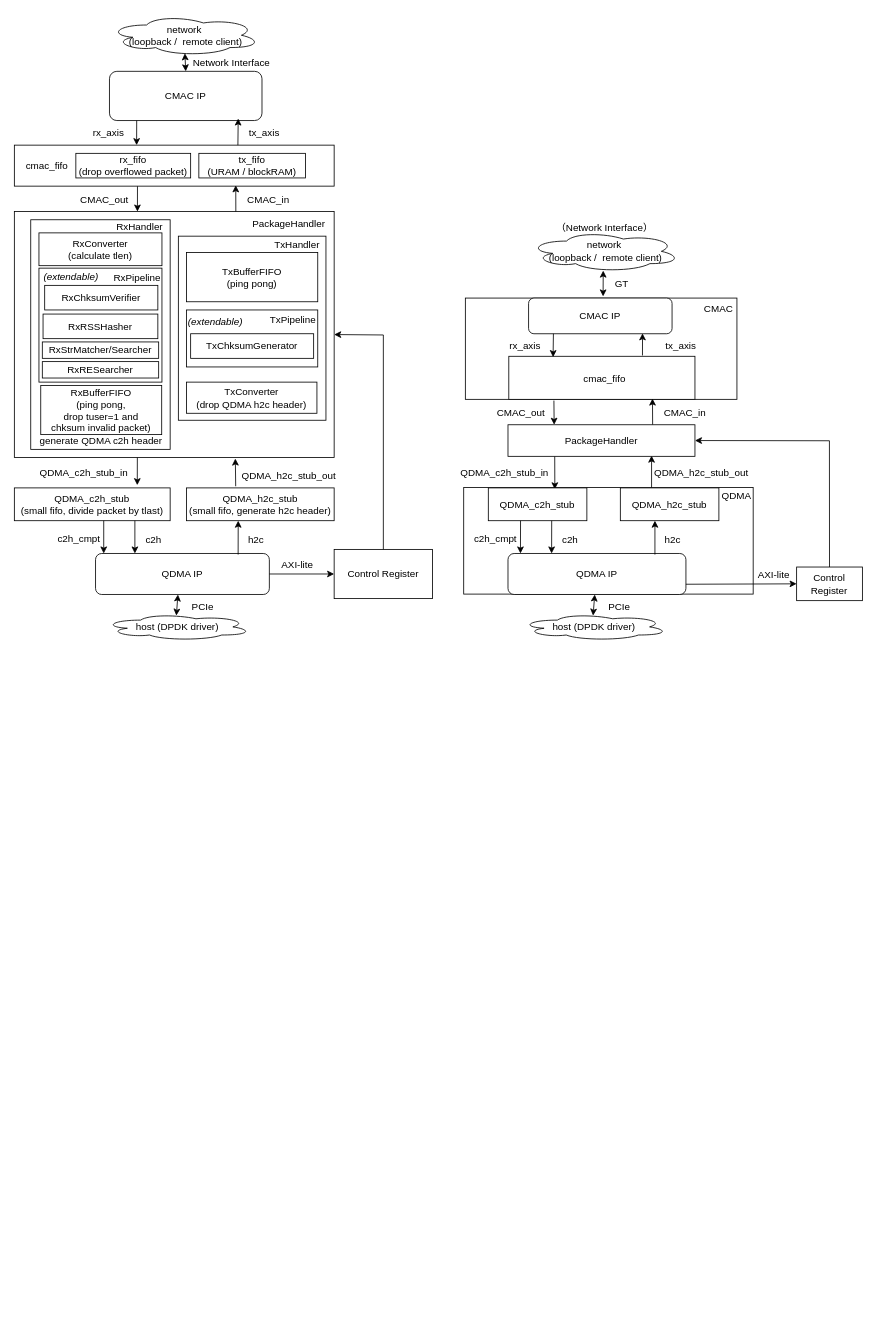
This is drawio/NICstructure.drawio from Gwins7/SmartNIC, a draw.io file, before an edit. Source tidied: cells renumbered, new cells numbered last; positions are measured from the earlier drawing's top-left corner, leaving out a move shared by most shapes. Both pictures are drawn from the tidied source at 82%, with x=0, y=0 at pixel (14, 15).
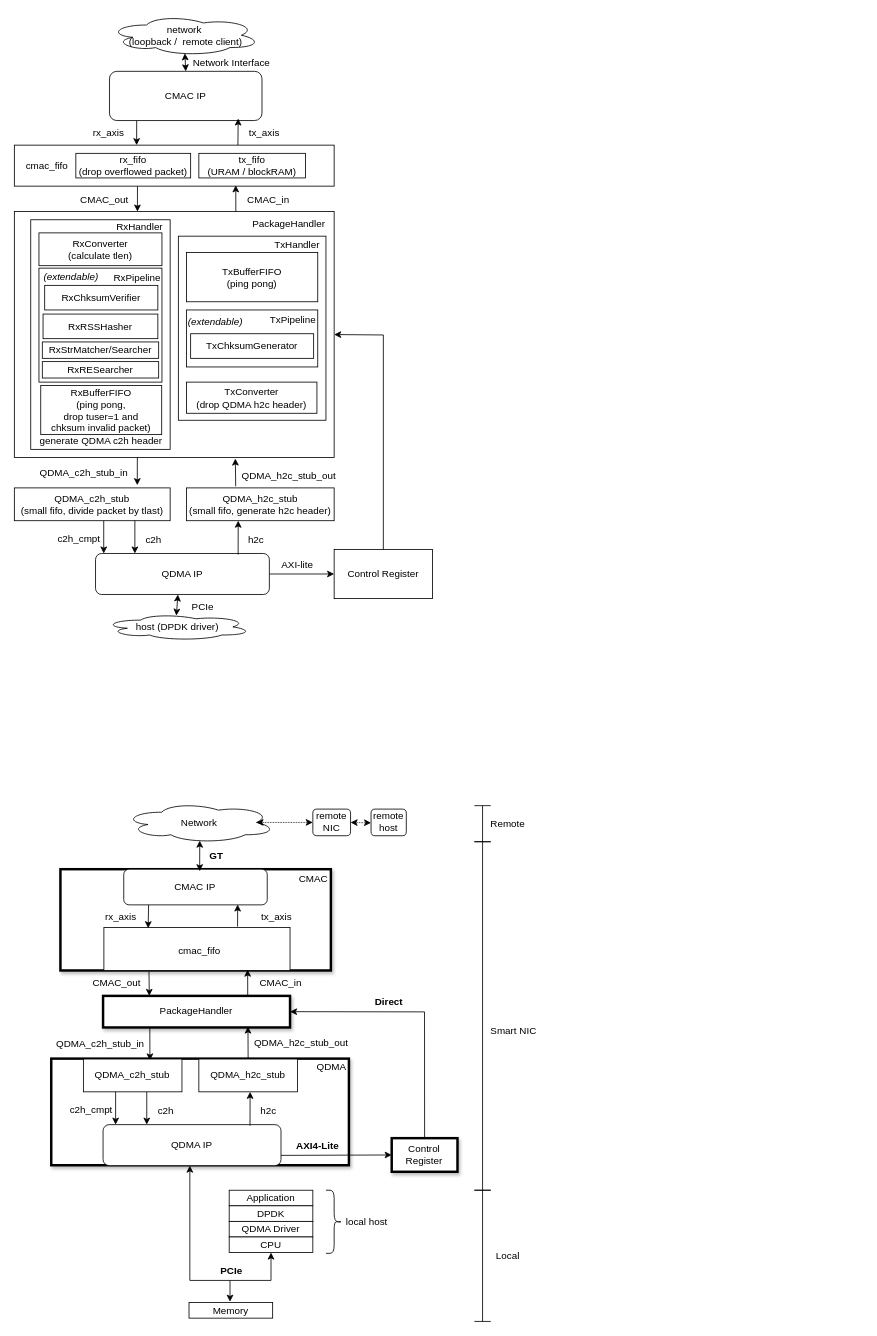
The same diagram, later.

What changed in the source:
```diff
@@
-    <mxCell id="2" style="rounded=0;whiteSpace=wrap;html=1;" parent="1" vertex="1">
-      <mxGeometry x="548" y="576" width="353" height="130" as="geometry" />
+    <mxCell id="2" style="rounded=0;whiteSpace=wrap;html=1;shadow=1;strokeWidth=3;" parent="1" vertex="1">
+      <mxGeometry x="45" y="1272.5" width="363" height="130" as="geometry" />
     </mxCell>
-    <mxCell id="3" style="rounded=0;whiteSpace=wrap;html=1;" parent="1" vertex="1">
-      <mxGeometry x="550" y="345" width="331.2" height="123.5" as="geometry" />
+    <mxCell id="3" style="rounded=0;whiteSpace=wrap;html=1;shadow=1;strokeWidth=3;" parent="1" vertex="1">
+      <mxGeometry x="56.2" y="1041.5" width="329.8" height="123.5" as="geometry" />
     </mxCell>
@@
     <mxCell id="57" value="CMAC IP" style="rounded=1;whiteSpace=wrap;html=1;" parent="1" vertex="1">
-      <mxGeometry x="627.1" y="345" width="175" height="43.5" as="geometry" />
+      <mxGeometry x="133.4" y="1041.5" width="175" height="43.5" as="geometry" />
     </mxCell>
     <mxCell id="58" value="QDMA IP" style="rounded=1;whiteSpace=wrap;html=1;" parent="1" vertex="1">
-      <mxGeometry x="602" y="656.5" width="217" height="50" as="geometry" />
+      <mxGeometry x="108.2" y="1353" width="217" height="50" as="geometry" />
     </mxCell>
     <mxCell id="59" style="endArrow=classic;html=1;rounded=0;entryX=0.794;entryY=0.989;entryDx=0;entryDy=0;entryPerimeter=0;" parent="1" edge="1" target="57">
       <mxGeometry relative="1" as="geometry">
-        <mxPoint x="766" y="415" as="sourcePoint" />
+        <mxPoint x="272.2" y="1111.5" as="sourcePoint" />
       </mxGeometry>
     </mxCell>
@@
-    <mxCell id="61" style="endArrow=classic;html=1;rounded=0;entryX=0.768;entryY=0.978;entryDx=0;entryDy=0;entryPerimeter=0;exitX=0.317;exitY=0.003;exitDx=0;exitDy=0;exitPerimeter=0;" parent="1" edge="1" source="73" target="87">
+    <mxCell id="61" style="endArrow=classic;html=1;rounded=0;entryX=0.775;entryY=0.971;entryDx=0;entryDy=0;entryPerimeter=0;exitX=0.5;exitY=0;exitDx=0;exitDy=0;" parent="1" edge="1" source="73" target="87">
       <mxGeometry relative="1" as="geometry" />
     </mxCell>
     <mxCell id="62" value="CMAC_in" style="text;html=1;strokeColor=none;fillColor=none;align=center;verticalAlign=middle;whiteSpace=wrap;rounded=0;" parent="1" vertex="1">
-      <mxGeometry x="788.2" y="469.5" width="60" height="30" as="geometry" />
+      <mxGeometry x="294.5" y="1166" width="60" height="30" as="geometry" />
     </mxCell>
     <mxCell id="63" value="CMAC_out" style="text;html=1;strokeColor=none;fillColor=none;align=center;verticalAlign=middle;whiteSpace=wrap;rounded=0;" parent="1" vertex="1">
-      <mxGeometry x="588.2" y="469.5" width="60" height="30" as="geometry" />
+      <mxGeometry x="94.5" y="1166" width="60" height="30" as="geometry" />
     </mxCell>
     <mxCell id="64" value="QDMA_c2h_stub_in" style="text;html=1;strokeColor=none;fillColor=none;align=center;verticalAlign=middle;whiteSpace=wrap;rounded=0;" parent="1" vertex="1">
-      <mxGeometry x="543.2" y="543.5" width="110" height="30" as="geometry" />
+      <mxGeometry x="49.5" y="1240" width="110" height="30" as="geometry" />
     </mxCell>
     <mxCell id="65" style="endArrow=classic;html=1;rounded=0;entryX=0.649;entryY=-0.003;entryDx=0;entryDy=0;entryPerimeter=0;" parent="1" edge="1">
       <mxGeometry relative="1" as="geometry">
-        <mxPoint x="658" y="470" as="sourcePoint" />
-        <mxPoint x="658.3" y="499.5" as="targetPoint" />
+        <mxPoint x="164.2" y="1166.5" as="sourcePoint" />
+        <mxPoint x="164.6" y="1196" as="targetPoint" />
       </mxGeometry>
     </mxCell>
     <mxCell id="66" style="rounded=0;whiteSpace=wrap;html=1;" parent="1" vertex="1">
-      <mxGeometry x="603" y="416" width="227" height="52.5" as="geometry" />
+      <mxGeometry x="109.2" y="1112.5" width="227" height="52.5" as="geometry" />
     </mxCell>
     <mxCell id="67" style="endArrow=classic;html=1;rounded=0;entryX=0.75;entryY=1;entryDx=0;entryDy=0;exitX=0.699;exitY=0.04;exitDx=0;exitDy=0;exitPerimeter=0;" parent="1" edge="1">
       <mxGeometry relative="1" as="geometry">
-        <mxPoint x="778.4" y="499.5" as="sourcePoint" />
-        <mxPoint x="778.2" y="467.5" as="targetPoint" />
+        <mxPoint x="284.6" y="1196" as="sourcePoint" />
+        <mxPoint x="284.5" y="1164" as="targetPoint" />
       </mxGeometry>
     </mxCell>
     <mxCell id="68" style="endArrow=classic;html=1;rounded=0;exitX=0.385;exitY=1;exitDx=0;exitDy=0;exitPerimeter=0;" parent="1" edge="1">
       <mxGeometry relative="1" as="geometry">
-        <mxPoint x="657.4" y="388.5" as="sourcePoint" />
-        <mxPoint x="657" y="417" as="targetPoint" />
+        <mxPoint x="163.7" y="1085" as="sourcePoint" />
+        <mxPoint x="163.2" y="1113.5" as="targetPoint" />
       </mxGeometry>
     </mxCell>
     <mxCell id="69" value="rx_axis" style="text;html=1;strokeColor=none;fillColor=none;align=center;verticalAlign=middle;whiteSpace=wrap;rounded=0;" parent="1" vertex="1">
-      <mxGeometry x="593.2" y="388.5" width="60" height="30" as="geometry" />
+      <mxGeometry x="99.5" y="1085" width="60" height="30" as="geometry" />
     </mxCell>
     <mxCell id="70" value="tx_axis" style="text;html=1;strokeColor=none;fillColor=none;align=center;verticalAlign=middle;whiteSpace=wrap;rounded=0;" parent="1" vertex="1">
-      <mxGeometry x="783.2" y="388.5" width="60" height="30" as="geometry" />
+      <mxGeometry x="289.5" y="1085" width="60" height="30" as="geometry" />
     </mxCell>
     <mxCell id="71" value="cmac_fifo" style="text;html=1;strokeColor=none;fillColor=none;align=center;verticalAlign=middle;whiteSpace=wrap;rounded=0;" parent="1" vertex="1">
-      <mxGeometry x="690.1" y="429" width="60" height="30" as="geometry" />
+      <mxGeometry x="196.4" y="1125.5" width="60" height="30" as="geometry" />
     </mxCell>
     <mxCell id="72" value="QDMA_c2h_stub" style="rounded=0;whiteSpace=wrap;html=1;" parent="1" vertex="1">
-      <mxGeometry x="578" y="576.5" width="120.2" height="40" as="geometry" />
+      <mxGeometry x="84.2" y="1273" width="120.2" height="40" as="geometry" />
     </mxCell>
     <mxCell id="73" value="QDMA_h2c_stub" style="rounded=0;whiteSpace=wrap;html=1;" parent="1" vertex="1">
-      <mxGeometry x="739" y="576.5" width="120.2" height="40" as="geometry" />
+      <mxGeometry x="225" y="1273" width="120.2" height="40" as="geometry" />
     </mxCell>
     <mxCell id="74" style="endArrow=classic;html=1;rounded=0;exitX=0.581;exitY=1;exitDx=0;exitDy=0;exitPerimeter=0;" parent="1" edge="1">
       <mxGeometry relative="1" as="geometry">
-        <mxPoint x="655.3" y="616.5" as="sourcePoint" />
-        <mxPoint x="655.2" y="656.5" as="targetPoint" />
+        <mxPoint x="161.5" y="1313" as="sourcePoint" />
+        <mxPoint x="161.5" y="1353" as="targetPoint" />
       </mxGeometry>
     </mxCell>
     <mxCell id="75" style="endArrow=classic;html=1;rounded=0;exitX=0.274;exitY=0.027;exitDx=0;exitDy=0;exitPerimeter=0;" parent="1" edge="1">
       <mxGeometry relative="1" as="geometry">
-        <mxPoint x="781.2" y="657.8" as="sourcePoint" />
-        <mxPoint x="781.2" y="616.5" as="targetPoint" />
+        <mxPoint x="287.4" y="1354.3" as="sourcePoint" />
+        <mxPoint x="287.5" y="1313" as="targetPoint" />
       </mxGeometry>
     </mxCell>
     <mxCell id="76" style="endArrow=classic;html=1;rounded=0;exitX=0.581;exitY=1;exitDx=0;exitDy=0;exitPerimeter=0;" parent="1" edge="1">
       <mxGeometry relative="1" as="geometry">
-        <mxPoint x="617.3" y="616.5" as="sourcePoint" />
-        <mxPoint x="617.2" y="656.5" as="targetPoint" />
+        <mxPoint x="123.5" y="1313" as="sourcePoint" />
+        <mxPoint x="123.5" y="1353" as="targetPoint" />
       </mxGeometry>
     </mxCell>
     <mxCell id="77" value="h2c" style="text;html=1;strokeColor=none;fillColor=none;align=center;verticalAlign=middle;whiteSpace=wrap;rounded=0;" parent="1" vertex="1">
-      <mxGeometry x="773.2" y="624.5" width="60" height="30" as="geometry" />
+      <mxGeometry x="279.5" y="1321" width="60" height="30" as="geometry" />
     </mxCell>
     <mxCell id="78" value="c2h" style="text;html=1;strokeColor=none;fillColor=none;align=center;verticalAlign=middle;whiteSpace=wrap;rounded=0;" parent="1" vertex="1">
-      <mxGeometry x="648.2" y="624.5" width="60" height="30" as="geometry" />
+      <mxGeometry x="154.5" y="1321" width="60" height="30" as="geometry" />
     </mxCell>
     <mxCell id="79" value="c2h_cmpt" style="text;html=1;strokeColor=none;fillColor=none;align=center;verticalAlign=middle;whiteSpace=wrap;rounded=0;" parent="1" vertex="1">
-      <mxGeometry x="557.2" y="623.5" width="60" height="30" as="geometry" />
+      <mxGeometry x="63.5" y="1320" width="60" height="30" as="geometry" />
     </mxCell>
-    <mxCell id="80" style="endArrow=classic;startArrow=classic;html=1;rounded=0;entryX=0.492;entryY=0.97;entryDx=0;entryDy=0;entryPerimeter=0;" parent="1" edge="1" target="81">
+    <mxCell id="80" style="endArrow=classic;startArrow=classic;html=1;rounded=0;exitX=1;exitY=1;exitDx=0;exitDy=0;entryX=0.501;entryY=0.944;entryDx=0;entryDy=0;entryPerimeter=0;" parent="1" edge="1" target="81">
       <mxGeometry relative="1" as="geometry">
-        <mxPoint x="718" y="343" as="sourcePoint" />
+        <mxPoint x="226" y="1044" as="sourcePoint" />
       </mxGeometry>
     </mxCell>
-    <mxCell id="81" value="network&lt;br&gt;&amp;nbsp;(loopback /&amp;nbsp; remote client)" style="ellipse;shape=cloud;whiteSpace=wrap;html=1;" parent="1" vertex="1">
-      <mxGeometry x="627.1" y="263" width="185" height="50" as="geometry" />
+    <mxCell id="81" value="Network" style="ellipse;shape=cloud;whiteSpace=wrap;html=1;" parent="1" vertex="1">
+      <mxGeometry x="133.4" y="959.5" width="185" height="50" as="geometry" />
     </mxCell>
-    <mxCell id="82" value="host (DPDK driver)" style="ellipse;shape=cloud;whiteSpace=wrap;html=1;" parent="1" vertex="1">
-      <mxGeometry x="617.2" y="729.5" width="180" height="33" as="geometry" />
-    </mxCell>
-    <mxCell id="83" style="endArrow=classic;startArrow=classic;html=1;rounded=0;exitX=0.492;exitY=0.083;exitDx=0;exitDy=0;exitPerimeter=0;" parent="1" edge="1" source="82">
+    <mxCell id="83" style="endArrow=classic;startArrow=classic;html=1;rounded=0;exitX=0.5;exitY=1;exitDx=0;exitDy=0;" parent="1" edge="1" source="103">
       <mxGeometry relative="1" as="geometry">
-        <mxPoint x="707.8" y="706.5" as="targetPoint" />
+        <mxPoint x="214" y="1403" as="targetPoint" />
+        <Array as="points">
+          <mxPoint x="313" y="1543" />
+          <mxPoint x="214" y="1543" />
+        </Array>
       </mxGeometry>
     </mxCell>
-    <mxCell id="84" value="PCIe" style="text;html=1;strokeColor=none;fillColor=none;align=center;verticalAlign=middle;whiteSpace=wrap;rounded=0;" parent="1" vertex="1">
-      <mxGeometry x="708.2" y="706.5" width="60" height="30" as="geometry" />
+    <mxCell id="84" value="PCIe" style="text;html=1;strokeColor=none;fillColor=none;align=center;verticalAlign=middle;whiteSpace=wrap;rounded=0;fontStyle=1;" parent="1" vertex="1">
+      <mxGeometry x="234.5" y="1517" width="60" height="30" as="geometry" />
     </mxCell>
-    <mxCell id="85" value="（Network Interface）" style="text;html=1;strokeColor=none;fillColor=none;align=center;verticalAlign=middle;whiteSpace=wrap;rounded=0;" parent="1" vertex="1">
-      <mxGeometry x="653.2" y="250.5" width="133.8" height="19" as="geometry" />
-    </mxCell>
     <mxCell id="86" value="QDMA_h2c_stub_out" style="text;html=1;strokeColor=none;fillColor=none;align=center;verticalAlign=middle;whiteSpace=wrap;rounded=0;" parent="1" vertex="1">
-      <mxGeometry x="778.2" y="543.5" width="120" height="30" as="geometry" />
+      <mxGeometry x="290" y="1237.5" width="120" height="30" as="geometry" />
     </mxCell>
-    <mxCell id="87" value="PackageHandler" style="rounded=0;whiteSpace=wrap;html=1;" parent="1" vertex="1">
-      <mxGeometry x="602" y="499.5" width="228" height="38.5" as="geometry" />
+    <mxCell id="87" value="PackageHandler" style="rounded=0;whiteSpace=wrap;html=1;shadow=1;strokeWidth=3;" parent="1" vertex="1">
+      <mxGeometry x="108.2" y="1196" width="228" height="38.5" as="geometry" />
     </mxCell>
@@
-    <mxCell id="92" value="Control Register" style="rounded=0;whiteSpace=wrap;html=1;" parent="1" vertex="1">
-      <mxGeometry x="954" y="673" width="80.2" height="41" as="geometry" />
+    <mxCell id="92" value="Control Register" style="rounded=0;whiteSpace=wrap;html=1;shadow=1;strokeWidth=3;" parent="1" vertex="1">
+      <mxGeometry x="460.2" y="1369.5" width="80.2" height="41" as="geometry" />
     </mxCell>
@@
     <mxCell id="94" style="endArrow=classic;html=1;rounded=0;entryX=1;entryY=0.5;entryDx=0;entryDy=0;exitX=0.5;exitY=0;exitDx=0;exitDy=0;" parent="1" edge="1" source="92" target="87">
       <mxGeometry relative="1" as="geometry">
         <Array as="points">
-          <mxPoint x="994" y="519" />
+          <mxPoint x="500.2" y="1215.5" />
         </Array>
       </mxGeometry>
     </mxCell>
-    <mxCell id="95" value="AXI-lite" style="text;strokeColor=none;fillColor=none;align=left;verticalAlign=middle;spacingLeft=4;spacingRight=4;overflow=hidden;" parent="1" vertex="1">
-      <mxGeometry x="901" y="666.5" width="80" height="30" as="geometry" />
+    <mxCell id="95" value="AXI4-Lite" style="text;strokeColor=none;fillColor=none;align=left;verticalAlign=middle;spacingLeft=4;spacingRight=4;overflow=hidden;fontStyle=1;" parent="1" vertex="1">
+      <mxGeometry x="338" y="1363" width="66.5" height="30" as="geometry" />
     </mxCell>
@@
-    <mxCell id="97" value="GT" style="text;html=1;strokeColor=none;fillColor=none;align=center;verticalAlign=middle;whiteSpace=wrap;rounded=0;" parent="1" vertex="1">
-      <mxGeometry x="711" y="313" width="60" height="30" as="geometry" />
+    <mxCell id="97" value="GT" style="text;html=1;strokeColor=none;fillColor=none;align=center;verticalAlign=middle;whiteSpace=wrap;rounded=0;fontStyle=1;" parent="1" vertex="1">
+      <mxGeometry x="228.2" y="1009.5" width="36.8" height="30" as="geometry" />
     </mxCell>
-    <mxCell id="98" value="CMAC" style="text;html=1;strokeColor=none;fillColor=none;align=center;verticalAlign=middle;whiteSpace=wrap;rounded=0;" parent="1" vertex="1">
-      <mxGeometry x="829" y="343" width="60" height="30" as="geometry" />
+    <mxCell id="98" value="CMAC" style="text;html=1;strokeColor=none;fillColor=none;align=center;verticalAlign=middle;whiteSpace=wrap;rounded=0;fontStyle=0;fontFamily=Helvetica;" parent="1" vertex="1">
+      <mxGeometry x="335" y="1038" width="60" height="30" as="geometry" />
     </mxCell>
     <mxCell id="99" value="QDMA" style="text;html=1;strokeColor=none;fillColor=none;align=center;verticalAlign=middle;whiteSpace=wrap;rounded=0;" parent="1" vertex="1">
-      <mxGeometry x="851" y="571" width="60" height="30" as="geometry" />
+      <mxGeometry x="357.2" y="1267.5" width="60" height="30" as="geometry" />
     </mxCell>
+    <mxCell id="100" value="Application" style="rounded=0;whiteSpace=wrap;html=1;" parent="1" vertex="1">
+      <mxGeometry x="262" y="1433" width="102" height="19" as="geometry" />
+    </mxCell>
+    <mxCell id="101" value="DPDK" style="rounded=0;whiteSpace=wrap;html=1;" parent="1" vertex="1">
+      <mxGeometry x="262" y="1452" width="102" height="19" as="geometry" />
+    </mxCell>
+    <mxCell id="102" value="QDMA Driver" style="rounded=0;whiteSpace=wrap;html=1;" parent="1" vertex="1">
+      <mxGeometry x="262" y="1471" width="102" height="19" as="geometry" />
+    </mxCell>
+    <mxCell id="103" value="CPU" style="rounded=0;whiteSpace=wrap;html=1;" parent="1" vertex="1">
+      <mxGeometry x="262" y="1490" width="102" height="19" as="geometry" />
+    </mxCell>
+    <mxCell id="104" style="shape=crossbar;whiteSpace=wrap;html=1;rounded=1;direction=south;" parent="1" vertex="1">
+      <mxGeometry x="561" y="1433" width="20" height="160" as="geometry" />
+    </mxCell>
+    <mxCell id="105" style="shape=crossbar;whiteSpace=wrap;html=1;rounded=1;direction=south;" parent="1" vertex="1">
+      <mxGeometry x="561" y="1008" width="20" height="425" as="geometry" />
+    </mxCell>
+    <mxCell id="106" style="shape=crossbar;whiteSpace=wrap;html=1;rounded=1;direction=south;" parent="1" vertex="1">
+      <mxGeometry x="561" y="964" width="20" height="44" as="geometry" />
+    </mxCell>
+    <mxCell id="107" style="endArrow=classic;startArrow=classic;html=1;rounded=0;exitX=0.875;exitY=0.5;exitDx=0;exitDy=0;exitPerimeter=0;entryX=0;entryY=0.5;entryDx=0;entryDy=0;dashed=1;dashPattern=1 1;" parent="1" edge="1" source="81" target="108">
+      <mxGeometry relative="1" as="geometry" />
+    </mxCell>
+    <mxCell id="108" value="remote NIC" style="rounded=1;whiteSpace=wrap;html=1;" parent="1" vertex="1">
+      <mxGeometry x="364" y="968.2" width="46" height="32.5" as="geometry" />
+    </mxCell>
+    <mxCell id="109" style="endArrow=classic;startArrow=classic;html=1;rounded=0;exitX=0.875;exitY=0.5;exitDx=0;exitDy=0;exitPerimeter=0;dashed=1;dashPattern=1 1;" parent="1" edge="1">
+      <mxGeometry relative="1" as="geometry">
+        <mxPoint x="410" y="984.5" as="sourcePoint" />
+        <mxPoint x="435" y="985" as="targetPoint" />
+      </mxGeometry>
+    </mxCell>
+    <mxCell id="110" value="remote host" style="rounded=1;whiteSpace=wrap;html=1;" parent="1" vertex="1">
+      <mxGeometry x="435" y="968.2" width="43" height="32.5" as="geometry" />
+    </mxCell>
+    <mxCell id="111" value="Remote" style="text;html=1;strokeColor=none;fillColor=none;align=center;verticalAlign=middle;whiteSpace=wrap;rounded=0;" parent="1" vertex="1">
+      <mxGeometry x="572" y="971" width="60" height="30" as="geometry" />
+    </mxCell>
+    <mxCell id="112" value="Local" style="text;html=1;strokeColor=none;fillColor=none;align=center;verticalAlign=middle;whiteSpace=wrap;rounded=0;" parent="1" vertex="1">
+      <mxGeometry x="572" y="1498" width="60" height="30" as="geometry" />
+    </mxCell>
+    <mxCell id="113" value="Smart NIC" style="text;html=1;strokeColor=none;fillColor=none;align=center;verticalAlign=middle;whiteSpace=wrap;rounded=0;" parent="1" vertex="1">
+      <mxGeometry x="579" y="1224" width="60" height="30" as="geometry" />
+    </mxCell>
+    <mxCell id="114" style="shape=curlyBracket;whiteSpace=wrap;html=1;rounded=1;flipH=1;labelPosition=right;verticalLabelPosition=middle;align=left;verticalAlign=middle;" parent="1" vertex="1">
+      <mxGeometry x="380" y="1433" width="20" height="77" as="geometry" />
+    </mxCell>
+    <mxCell id="115" value="local host" style="text;html=1;strokeColor=none;fillColor=none;align=center;verticalAlign=middle;whiteSpace=wrap;rounded=0;" parent="1" vertex="1">
+      <mxGeometry x="400" y="1457" width="60" height="30" as="geometry" />
+    </mxCell>
+    <mxCell id="116" value="&lt;b&gt;Direct&lt;/b&gt;" style="text;html=1;strokeColor=none;fillColor=none;align=center;verticalAlign=middle;whiteSpace=wrap;rounded=0;" parent="1" vertex="1">
+      <mxGeometry x="426.5" y="1188" width="60" height="30" as="geometry" />
+    </mxCell>
+    <mxCell id="117" value="Memory" style="rounded=0;whiteSpace=wrap;html=1;" parent="1" vertex="1">
+      <mxGeometry x="213" y="1570" width="102" height="19" as="geometry" />
+    </mxCell>
+    <mxCell id="118" style="endArrow=classic;html=1;rounded=0;" parent="1" edge="1">
+      <mxGeometry relative="1" as="geometry">
+        <mxPoint x="263" y="1543" as="sourcePoint" />
+        <mxPoint x="263" y="1569" as="targetPoint" />
+      </mxGeometry>
+    </mxCell>
```
